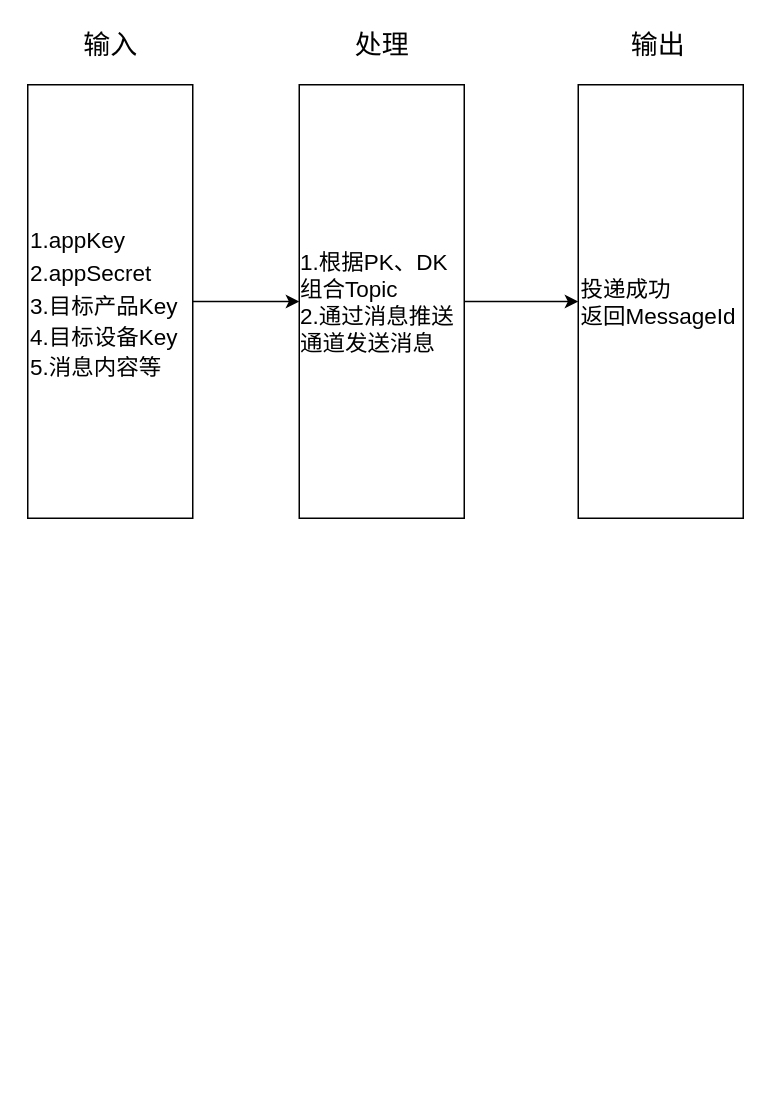
Earlier version of the draw.io diagram 设备消息解析IPO.drawio (wjwzero/DesignDrawing-). Source tidied: cells renumbered, new cells numbered last; positions are measured from the earlier drawing's top-left corner, leaving out a move shared by most shapes. Both pictures are drawn from the tidied source at 150%, with x=0, y=0 at pixel (27, 26).
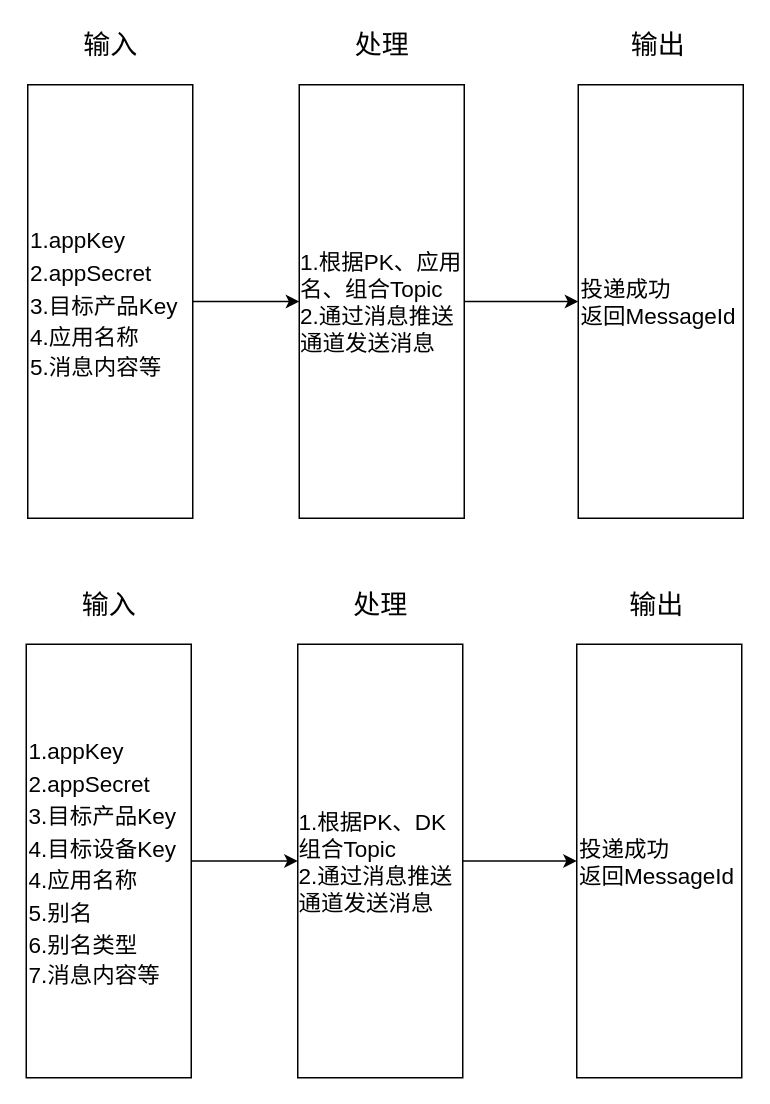
The same diagram, later.

Commit message (it also covers changes not shown here):
更新设备消息解析IPO.drawio

Unchanged cells that the change refers to:
```xml
<mxCell id="6" style="group;" parent="2" vertex="1">
  <mxGeometry x="181" width="110" height="328" as="geometry" />
</mxCell>
<mxCell id="9" style="group;" parent="2" vertex="1">
  <mxGeometry width="110" height="328" as="geometry" />
</mxCell>
```

The edit, as a diff of the source:
```diff
@@
-    <mxCell id="7" value="&lt;div style=&quot;text-align: left&quot;&gt;&lt;span&gt;1.根据PK、DK组合Topic&lt;/span&gt;&lt;/div&gt;&lt;font style=&quot;font-size: 15px&quot;&gt;&lt;div style=&quot;text-align: left&quot;&gt;&lt;span&gt;2.通过消息推送通道发送消息&lt;/span&gt;&lt;/div&gt;&lt;/font&gt;" style="rounded=0;whiteSpace=wrap;html=1;fontSize=15;" parent="6" vertex="1">
+    <mxCell id="7" value="&lt;div style=&quot;text-align: left&quot;&gt;&lt;span&gt;1.根据PK、应用名、组合Topic&lt;/span&gt;&lt;/div&gt;&lt;font style=&quot;font-size: 15px&quot;&gt;&lt;div style=&quot;text-align: left&quot;&gt;&lt;span&gt;2.通过消息推送通道发送消息&lt;/span&gt;&lt;/div&gt;&lt;/font&gt;" style="rounded=0;whiteSpace=wrap;html=1;fontSize=15;" parent="6" vertex="1">
       <mxGeometry y="39" width="110" height="289" as="geometry" />
     </mxCell>
@@
-    <mxCell id="10" value="&lt;font style=&quot;font-size: 15px&quot;&gt;1.appKey&lt;br&gt;2.appSecret&lt;br&gt;3.目标产品Key&lt;br&gt;4.目标设备Key&lt;br&gt;&lt;div&gt;&lt;span&gt;5.消息内容等&lt;/span&gt;&lt;/div&gt;&lt;/font&gt;" style="rounded=0;whiteSpace=wrap;html=1;fontSize=18;align=left;" parent="9" vertex="1">
+    <mxCell id="10" value="&lt;font style=&quot;font-size: 15px&quot;&gt;1.appKey&lt;br&gt;2.appSecret&lt;br&gt;3.目标产品Key&lt;br&gt;4.应用名称&lt;br&gt;&lt;div&gt;&lt;span&gt;5.消息内容等&lt;/span&gt;&lt;/div&gt;&lt;/font&gt;" style="rounded=0;whiteSpace=wrap;html=1;fontSize=18;align=left;" parent="9" vertex="1">
       <mxGeometry y="39" width="110" height="289" as="geometry" />
     </mxCell>
@@
+    <mxCell id="14" style="group;" parent="1" vertex="1">
+      <mxGeometry x="-1" y="373" width="477" height="328" as="geometry" />
+    </mxCell>
+    <mxCell id="15" style="group;" parent="14" vertex="1">
+      <mxGeometry x="367" width="110" height="328" as="geometry" />
+    </mxCell>
+    <mxCell id="16" value="投递成功&lt;br&gt;返回MessageId" style="rounded=0;whiteSpace=wrap;html=1;fontSize=15;align=left;" parent="15" vertex="1">
+      <mxGeometry y="39" width="110" height="289" as="geometry" />
+    </mxCell>
+    <mxCell id="17" value="输出" style="text;html=1;align=center;verticalAlign=middle;fontSize=18;" parent="15" vertex="1">
+      <mxGeometry x="30" width="46" height="26" as="geometry" />
+    </mxCell>
+    <mxCell id="18" style="group;" parent="14" vertex="1">
+      <mxGeometry x="181" width="110" height="328" as="geometry" />
+    </mxCell>
+    <mxCell id="19" value="&lt;div style=&quot;text-align: left&quot;&gt;&lt;span&gt;1.根据PK、DK组合Topic&lt;/span&gt;&lt;/div&gt;&lt;font style=&quot;font-size: 15px&quot;&gt;&lt;div style=&quot;text-align: left&quot;&gt;&lt;span&gt;2.通过消息推送通道发送消息&lt;/span&gt;&lt;/div&gt;&lt;/font&gt;" style="rounded=0;whiteSpace=wrap;html=1;fontSize=15;" parent="18" vertex="1">
+      <mxGeometry y="39" width="110" height="289" as="geometry" />
+    </mxCell>
+    <mxCell id="20" value="处理" style="text;html=1;align=center;verticalAlign=middle;fontSize=18;" parent="18" vertex="1">
+      <mxGeometry x="32" width="46" height="26" as="geometry" />
+    </mxCell>
+    <mxCell id="21" style="group;" parent="14" vertex="1">
+      <mxGeometry width="110" height="328" as="geometry" />
+    </mxCell>
+    <mxCell id="22" value="&lt;font style=&quot;font-size: 15px&quot;&gt;1.appKey&lt;br&gt;2.appSecret&lt;br&gt;3.目标产品Key&lt;br&gt;4.目标设备Key&lt;br&gt;4.应用名称&lt;br&gt;5.别名&lt;br&gt;6.别名类型&lt;br&gt;&lt;div&gt;&lt;span&gt;7.消息内容等&lt;/span&gt;&lt;/div&gt;&lt;/font&gt;" style="rounded=0;whiteSpace=wrap;html=1;fontSize=18;align=left;" parent="21" vertex="1">
+      <mxGeometry y="39" width="110" height="289" as="geometry" />
+    </mxCell>
+    <mxCell id="23" value="输入" style="text;html=1;align=center;verticalAlign=middle;fontSize=18;" parent="21" vertex="1">
+      <mxGeometry x="32" width="46" height="26" as="geometry" />
+    </mxCell>
+    <mxCell id="24" style="endArrow=classic;html=1;fontSize=18;exitX=1;exitY=0.5;exitDx=0;exitDy=0;" parent="14" edge="1" source="22" target="19">
+      <mxGeometry relative="1" as="geometry" />
+    </mxCell>
+    <mxCell id="25" style="edgeStyle=orthogonalEdgeStyle;rounded=0;jettySize=auto;html=1;exitX=1;exitY=0.5;exitDx=0;exitDy=0;entryX=0;entryY=0.5;entryDx=0;entryDy=0;endArrow=classic;endFill=1;fontSize=18;" parent="14" edge="1" source="19" target="16">
+      <mxGeometry relative="1" as="geometry" />
+    </mxCell>
```
